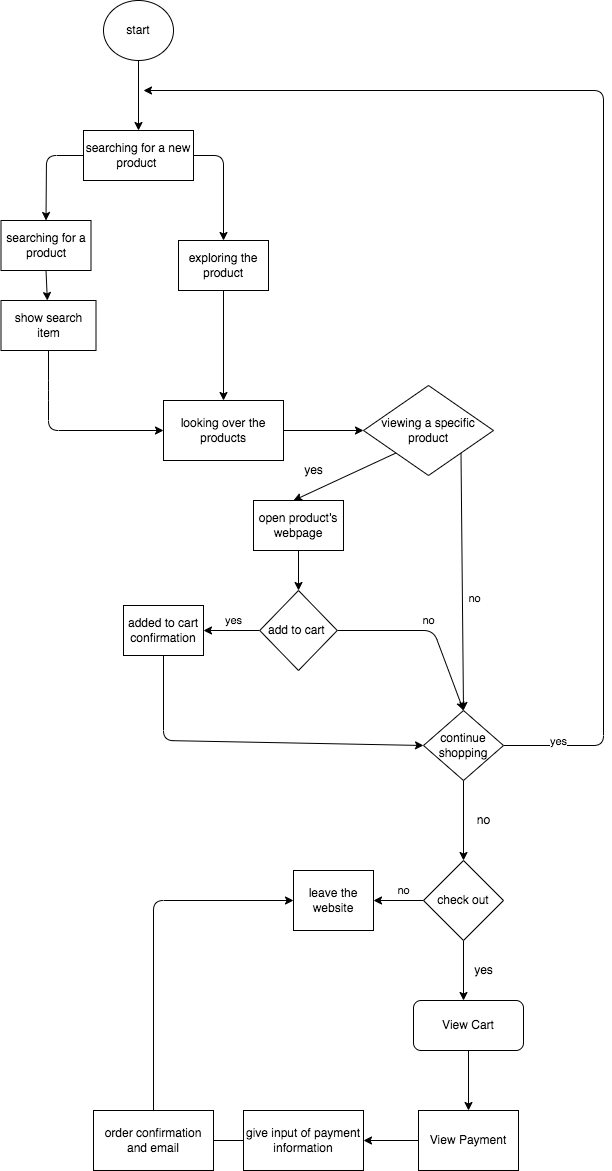
YGnina/fa22-cse110-lab4 keeps this draw.io diagram as explore/diagramming/diagram.drawio.png. Above is the earlier version. Source tidied: cells renumbered, new cells last; positions are measured from the earlier drawing's top-left corner, leaving out a move shared by most shapes.
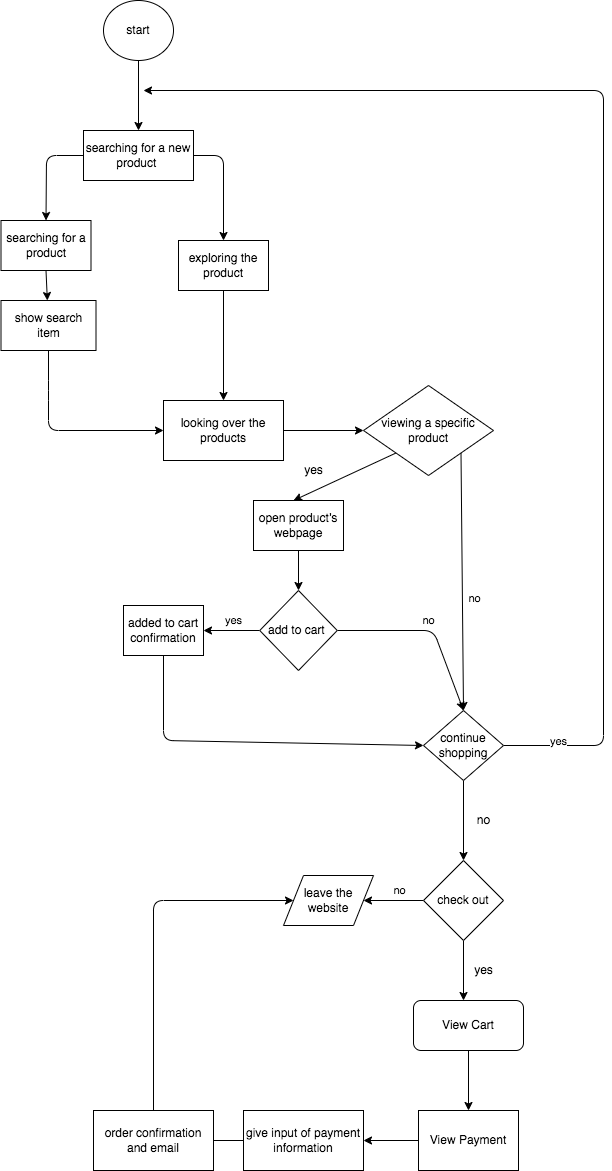
The same diagram one commit later.

Commit message:
change leave symbol

Diff of the diagram source:
```diff
@@ -127,7 +127,7 @@
     <mxCell id="31" value="no" style="text;html=1;align=center;verticalAlign=middle;strokeColor=none;fillColor=none;" parent="1" vertex="1">
       <mxGeometry x="467" y="810" width="30" height="20" as="geometry" />
     </mxCell>
-    <mxCell id="32" value="no&lt;br&gt;" style="edgeStyle=none;html=1;exitX=0;exitY=0.5;exitDx=0;exitDy=0;" parent="1" edge="1" source="34" target="35">
+    <mxCell id="32" value="no&lt;br&gt;" style="edgeStyle=none;html=1;exitX=0;exitY=0.5;exitDx=0;exitDy=0;entryX=1;entryY=0.5;entryDx=0;entryDy=0;" parent="1" edge="1" source="34" target="35">
       <mxGeometry x="-0.2" y="-10" relative="1" as="geometry" />
     </mxCell>
     <mxCell id="33" style="edgeStyle=none;html=1;exitX=0.5;exitY=1;exitDx=0;exitDy=0;" parent="1" edge="1" source="34">
@@ -138,9 +138,6 @@
     <mxCell id="34" value="check out" style="rhombus;whiteSpace=wrap;html=1;" parent="1" vertex="1">
       <mxGeometry x="422" y="860" width="80" height="80" as="geometry" />
     </mxCell>
-    <mxCell id="35" value="leave the website" style="rounded=0;whiteSpace=wrap;html=1;" parent="1" vertex="1">
-      <mxGeometry x="292" y="870" width="80" height="60" as="geometry" />
-    </mxCell>
     <mxCell id="36" value="yes&lt;br&gt;" style="text;html=1;align=center;verticalAlign=middle;strokeColor=none;fillColor=none;" parent="1" vertex="1">
       <mxGeometry x="467" y="960" width="30" height="20" as="geometry" />
     </mxCell>
@@ -166,8 +163,9 @@
     <mxCell id="42" value="give input of payment information" style="whiteSpace=wrap;html=1;" parent="1" vertex="1">
       <mxGeometry x="242" y="1110" width="120" height="60" as="geometry" />
     </mxCell>
-    <mxCell id="43" style="edgeStyle=none;html=1;exitX=0.5;exitY=0;exitDx=0;exitDy=0;entryX=0;entryY=0.5;entryDx=0;entryDy=0;" parent="1" edge="1" source="44" target="35">
+    <mxCell id="43" style="edgeStyle=none;html=1;exitX=0.5;exitY=0;exitDx=0;exitDy=0;entryX=0;entryY=0.5;entryDx=0;entryDy=0;" parent="1" edge="1" source="44">
       <mxGeometry relative="1" as="geometry">
+        <mxPoint x="292" y="900" as="targetPoint" />
         <Array as="points">
           <mxPoint x="152" y="900" />
         </Array>
@@ -176,5 +174,8 @@
     <mxCell id="44" value="order confirmation and email" style="whiteSpace=wrap;html=1;" parent="1" vertex="1">
       <mxGeometry x="92" y="1110" width="120" height="60" as="geometry" />
     </mxCell>
+    <mxCell id="35" value="leave the website" style="shape=parallelogram;perimeter=parallelogramPerimeter;whiteSpace=wrap;html=1;fixedSize=1;" parent="1" vertex="1">
+      <mxGeometry x="282" y="875" width="90" height="50" as="geometry" />
+    </mxCell>
   </root>
 </mxGraphModel>
```
